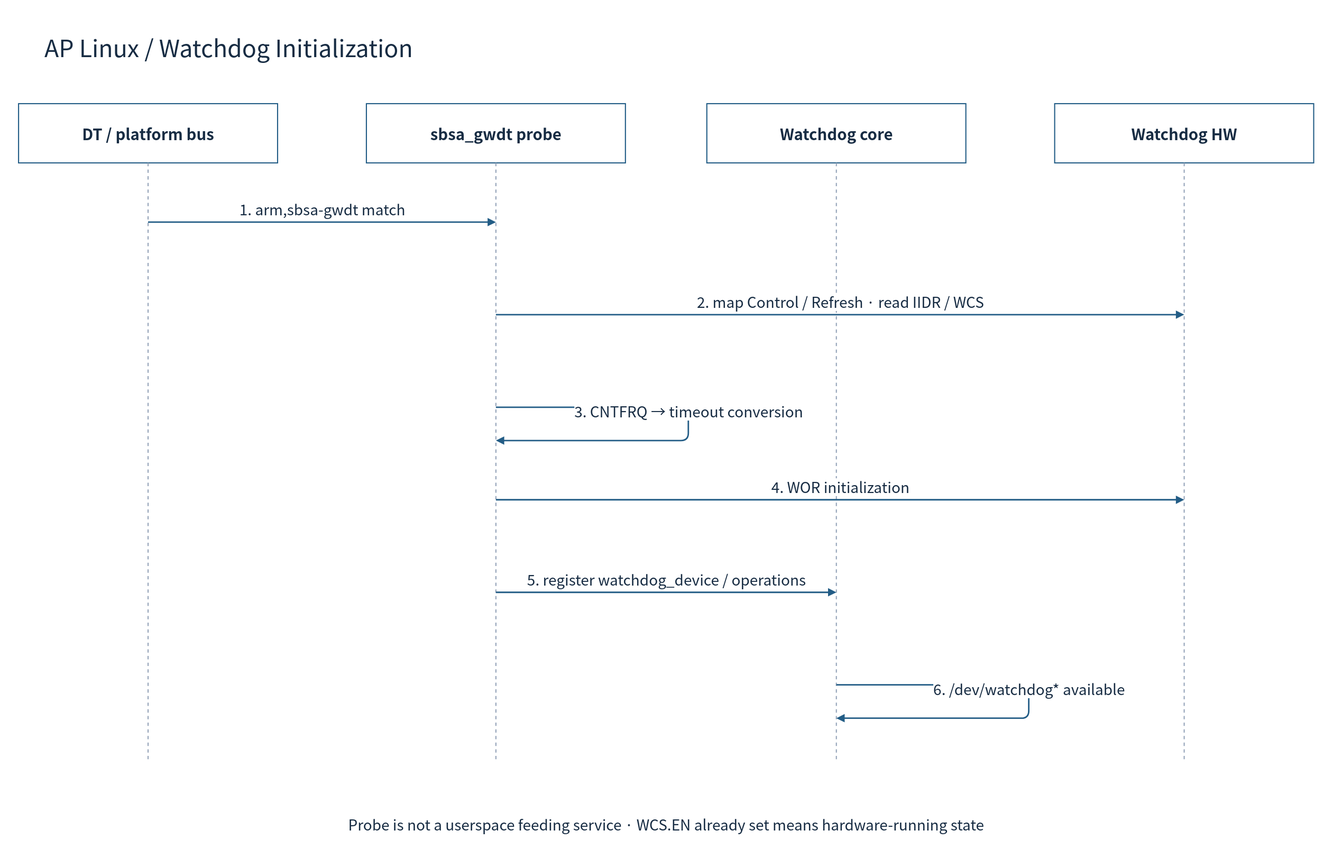
This is doc/phase1/watchdog/diagrams/10a-linux-init.drawio.svg from cometzero/project-apollo, a draw.io export, as it was before one commit. Source tidied: cells renumbered, new cells last; positions are measured from the earlier drawing's top-left corner, leaving out a move shared by most shapes.
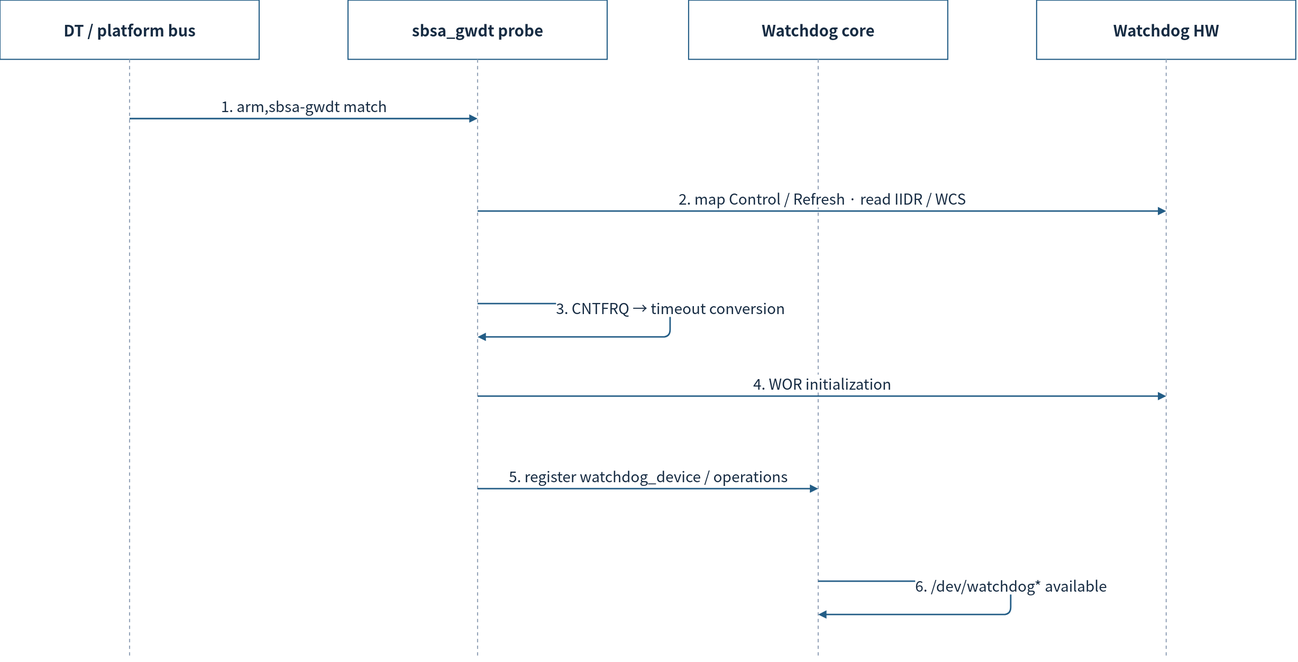
After the commit.

The edit, as a diff of the source:
```diff
@@ -2,12 +2,6 @@
   <root>
     <mxCell id="0" />
     <mxCell id="1" parent="0" />
-    <mxCell id="2" style="rounded=0;whiteSpace=wrap;html=1;fillColor=#FFFFFF;strokeColor=none;strokeWidth=1.5;fontColor=#172C43;fontFamily=Noto Sans CJK KR;fontSize=22;spacing=10;" parent="1" vertex="1">
-      <mxGeometry width="1800" height="1170" as="geometry" />
-    </mxCell>
-    <mxCell id="3" value="AP Linux / Watchdog Initialization" style="rounded=0;whiteSpace=wrap;html=1;fillColor=#FFFFFF;strokeColor=none;strokeWidth=1.5;fontColor=#172C43;fontFamily=Noto Sans CJK KR;fontSize=22;spacing=10;fontSize=32;align=left;" parent="1" vertex="1">
-      <mxGeometry x="50" y="30" width="1700" height="65" as="geometry" />
-    </mxCell>
     <mxCell id="4" value="DT / platform bus" style="rounded=0;whiteSpace=wrap;html=1;fillColor=#FFFFFF;strokeColor=#235D86;strokeWidth=1.5;fontColor=#172C43;fontFamily=Noto Sans CJK KR;fontSize=22;spacing=10;fontStyle=1;fontSize=21;" parent="1" vertex="1">
       <mxGeometry x="25" y="140" width="350" height="80" as="geometry" />
     </mxCell>
@@ -94,8 +88,5 @@
         <mxPoint y="-18" as="offset" />
       </mxGeometry>
     </mxCell>
-    <mxCell id="18" value="Probe is not a userspace feeding service · WCS.EN already set means hardware-running state" style="rounded=0;whiteSpace=wrap;html=1;fillColor=#FFFFFF;strokeColor=none;strokeWidth=1.5;fontColor=#172C43;fontFamily=Noto Sans CJK KR;fontSize=22;spacing=10;fontSize=20;" parent="1" vertex="1">
-      <mxGeometry x="70" y="1080" width="1660" height="65" as="geometry" />
-    </mxCell>
   </root>
 </mxGraphModel>
```
